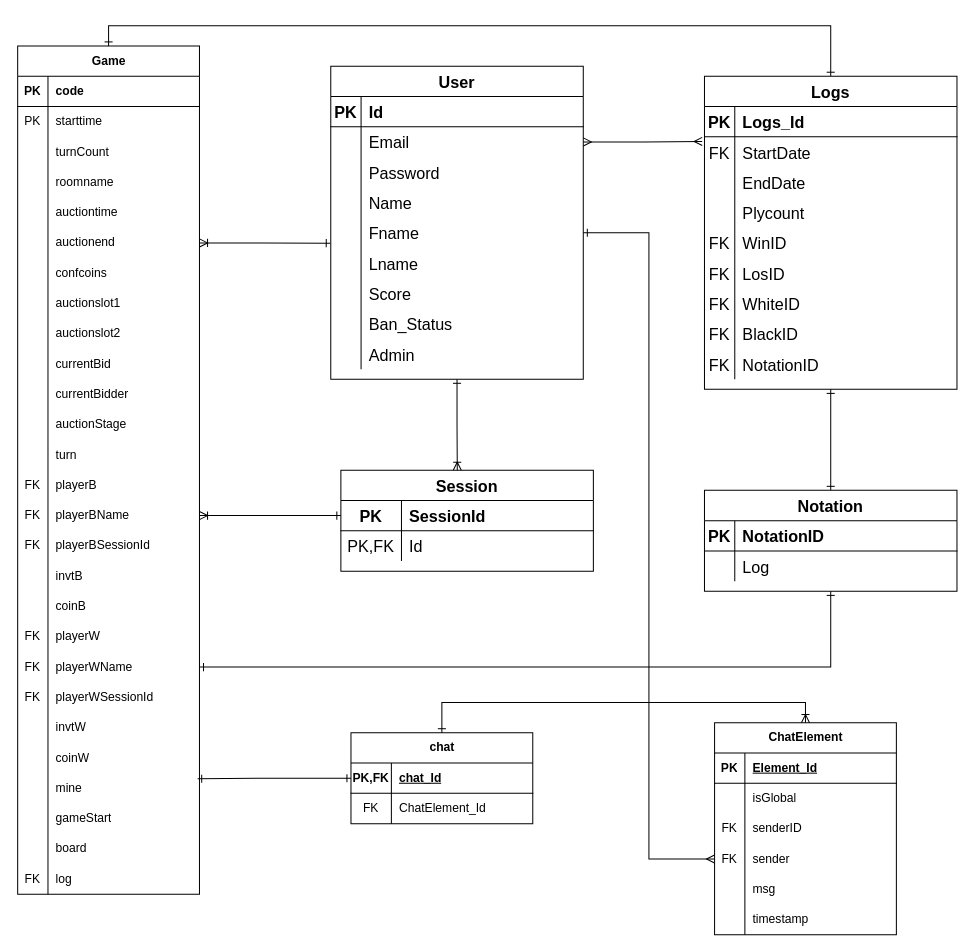
paowick/ChessButEbay keeps this draw.io diagram as Diagrams/ERD.drawio. Above is the earlier version. Source tidied: cells renumbered, new cells numbered last; positions are measured from the earlier drawing's top-left corner, leaving out a move shared by most shapes. Both pictures are drawn from the tidied source at 101%, with x=0, y=0 at pixel (17, 25).
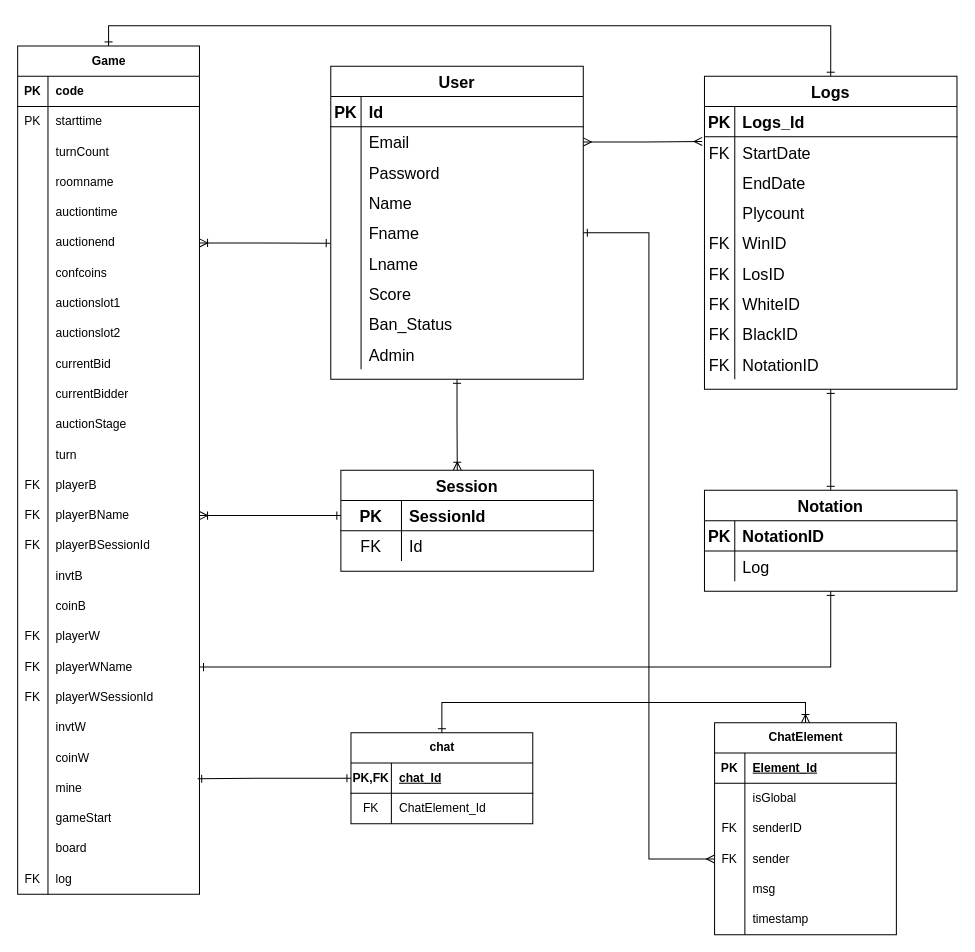
The same page after the edit.

Unchanged cells that the change refers to:
```xml
<mxCell id="153" style="shape=partialRectangle;fillColor=none;top=0;left=0;right=0;bottom=0;fontFamily=thai sarabun new;fontSize=16;fontStyle=0;" parent="149" vertex="1">
  <mxGeometry y="60" width="250" height="30" as="geometry" />
</mxCell>
```

Change to the diagram source:
```diff
@@
-    <mxCell id="154" value="PK,FK" style="shape=partialRectangle;overflow=hidden;fillColor=none;top=0;left=0;bottom=0;right=0;fontFamily=thai sarabun new;fontSize=16;fontStyle=0;" parent="153" vertex="1">
+    <mxCell id="154" value="FK" style="shape=partialRectangle;overflow=hidden;fillColor=none;top=0;left=0;bottom=0;right=0;fontFamily=thai sarabun new;fontSize=16;fontStyle=0;" parent="153" vertex="1">
       <mxGeometry width="60" height="30" as="geometry" />
     </mxCell>
```
